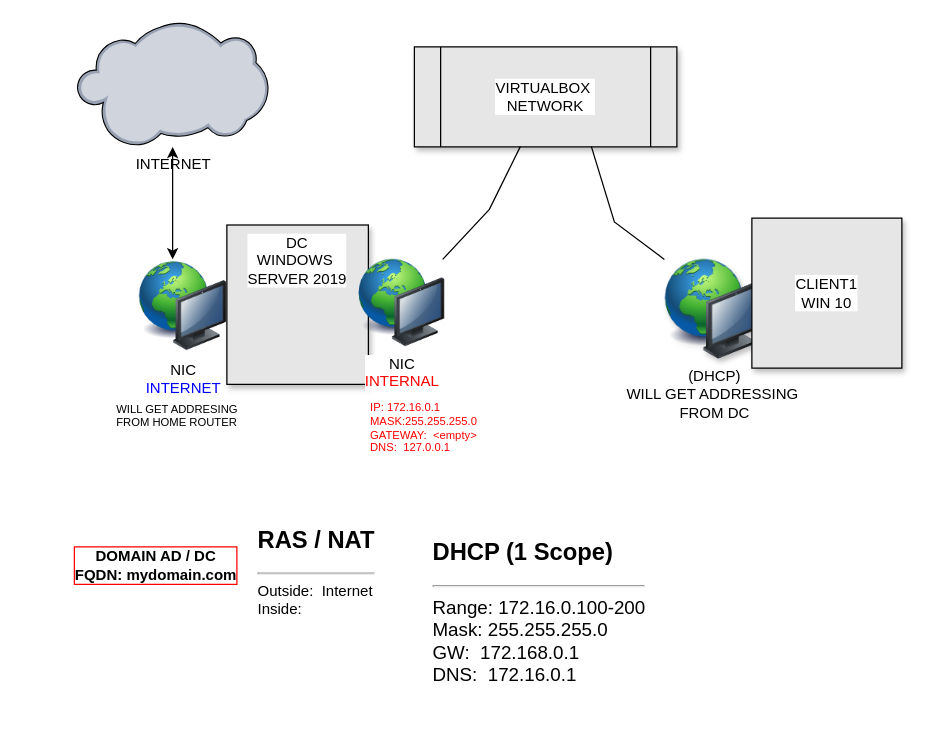
The draw.io diagram AD_PowerShell home Lab.drawio in gharris2013/Labs, before the edit. Source tidied: cells renumbered, new cells numbered last; positions are measured from the earlier drawing's top-left corner, leaving out a move shared by most shapes. Both pictures are drawn from the tidied source at 125%, with x=0, y=0 at pixel (26, 21).
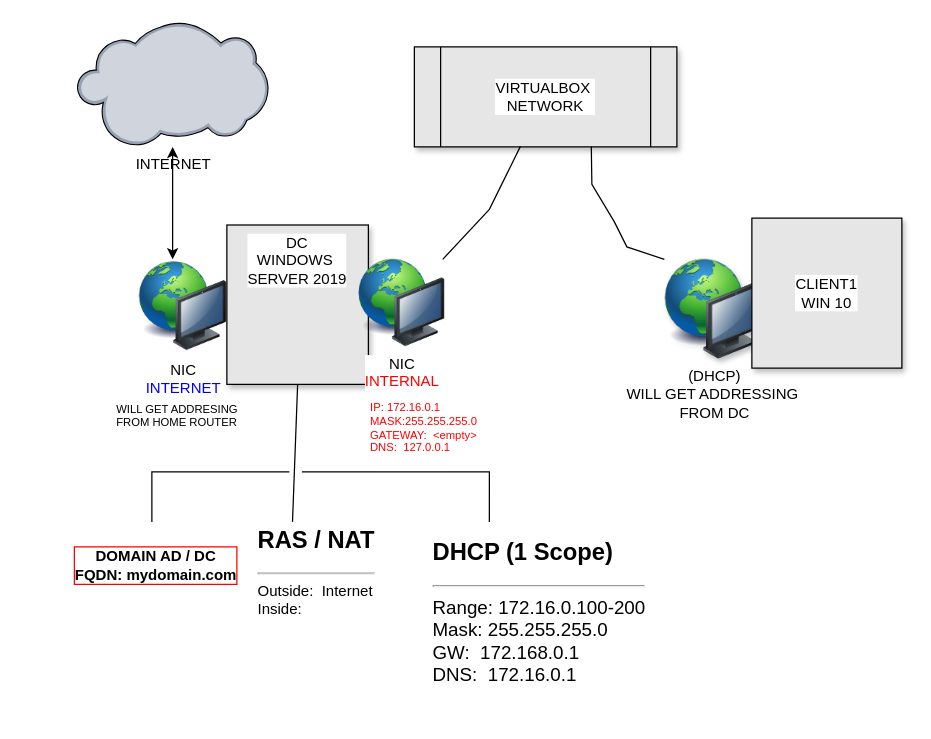
After the change.

Unchanged cells that the change refers to:
```xml
<mxCell id="4" value="DC&lt;br&gt;WINDOWS&amp;nbsp;&lt;br&gt;SERVER 2019" style="whiteSpace=wrap;html=1;verticalAlign=top;labelBackgroundColor=default;shadow=1;fillColor=#E6E6E6;" parent="1" vertex="1">
  <mxGeometry x="160" y="162.5" width="113.2" height="127.5" as="geometry" />
</mxCell>
<mxCell id="7" value="&lt;font color=&quot;#000000&quot;&gt;VIRTUALBOX&amp;nbsp;&lt;br&gt;NETWORK&lt;br&gt;&lt;/font&gt;" style="shape=process;whiteSpace=wrap;html=1;backgroundOutline=1;fontColor=#FF0000;shadow=1;fillColor=#E6E6E6;labelBackgroundColor=default;" parent="1" vertex="1">
  <mxGeometry x="310" y="20" width="210" height="80" as="geometry" />
</mxCell>
<mxCell id="8" value="(DHCP)&lt;br&gt;WILL GET ADDRESSING&amp;nbsp;&lt;br&gt;FROM DC" style="image;html=1;image=img/lib/clip_art/computers/Network_128x128.png;shadow=1;fontColor=#000000;fillColor=#E6E6E6;" parent="1" vertex="1">
  <mxGeometry x="510" y="190" width="80" height="80" as="geometry" />
</mxCell>
<mxCell id="13" value="&lt;h4 style=&quot;font-size: 19px; line-height: 0;&quot;&gt;RAS / NAT&lt;/h4&gt;&lt;hr&gt;Outside:&amp;nbsp; Internet&lt;br&gt;Inside:" style="text;html=1;strokeColor=none;fillColor=none;spacing=5;spacingTop=-20;whiteSpace=wrap;overflow=hidden;rounded=0;shadow=1;labelBackgroundColor=none;labelBorderColor=none;fontColor=#000000;" parent="1" vertex="1">
  <mxGeometry x="180" y="400" width="130" height="120" as="geometry" />
</mxCell>
<mxCell id="14" value="&lt;h4 style=&quot;font-size: 19px; line-height: 0;&quot;&gt;DHCP (1 Scope)&lt;/h4&gt;&lt;hr&gt;Range: 172.16.0.100-200&lt;br&gt;Mask: 255.255.255.0&lt;br&gt;GW:&amp;nbsp; 172.168.0.1&lt;br&gt;DNS:&amp;nbsp; 172.16.0.1" style="text;html=1;strokeColor=none;fillColor=none;spacing=5;spacingTop=-20;whiteSpace=wrap;overflow=hidden;rounded=0;shadow=1;labelBackgroundColor=none;labelBorderColor=none;fontSize=15;fontColor=#000000;" parent="1" vertex="1">
  <mxGeometry x="320" y="410" width="190" height="140" as="geometry" />
</mxCell>
```

Change to the diagram source:
```diff
@@
     <mxCell id="11" style="endArrow=none;html=1;rounded=0;fontColor=#000000;exitX=0;exitY=0;exitDx=0;exitDy=0;entryX=0.674;entryY=0.995;entryDx=0;entryDy=0;entryPerimeter=0;" parent="1" edge="1" source="8" target="7">
       <mxGeometry relative="1" as="geometry">
         <Array as="points">
+          <mxPoint x="480" y="180" />
           <mxPoint x="470" y="160" />
+          <mxPoint x="452" y="130" />
         </Array>
       </mxGeometry>
     </mxCell>
@@
+    <mxCell id="17" style="endArrow=none;html=1;rounded=0;entryX=0.263;entryY=-0.071;entryDx=0;entryDy=0;entryPerimeter=0;" parent="1" edge="1" target="14">
+      <mxGeometry relative="1" as="geometry">
+        <mxPoint x="220" y="360" as="sourcePoint" />
+        <Array as="points">
+          <mxPoint x="370" y="360" />
+        </Array>
+      </mxGeometry>
+    </mxCell>
+    <mxCell id="18" style="endArrow=none;html=1;rounded=0;" parent="1" edge="1">
+      <mxGeometry relative="1" as="geometry">
+        <mxPoint x="100" y="400" as="sourcePoint" />
+        <mxPoint x="210" y="360" as="targetPoint" />
+        <Array as="points">
+          <mxPoint x="100" y="360" />
+        </Array>
+      </mxGeometry>
+    </mxCell>
+    <mxCell id="19" style="endArrow=none;html=1;rounded=0;entryX=0.5;entryY=1;entryDx=0;entryDy=0;exitX=0.25;exitY=0;exitDx=0;exitDy=0;" parent="1" edge="1" source="13" target="4">
+      <mxGeometry relative="1" as="geometry" />
+    </mxCell>
```
